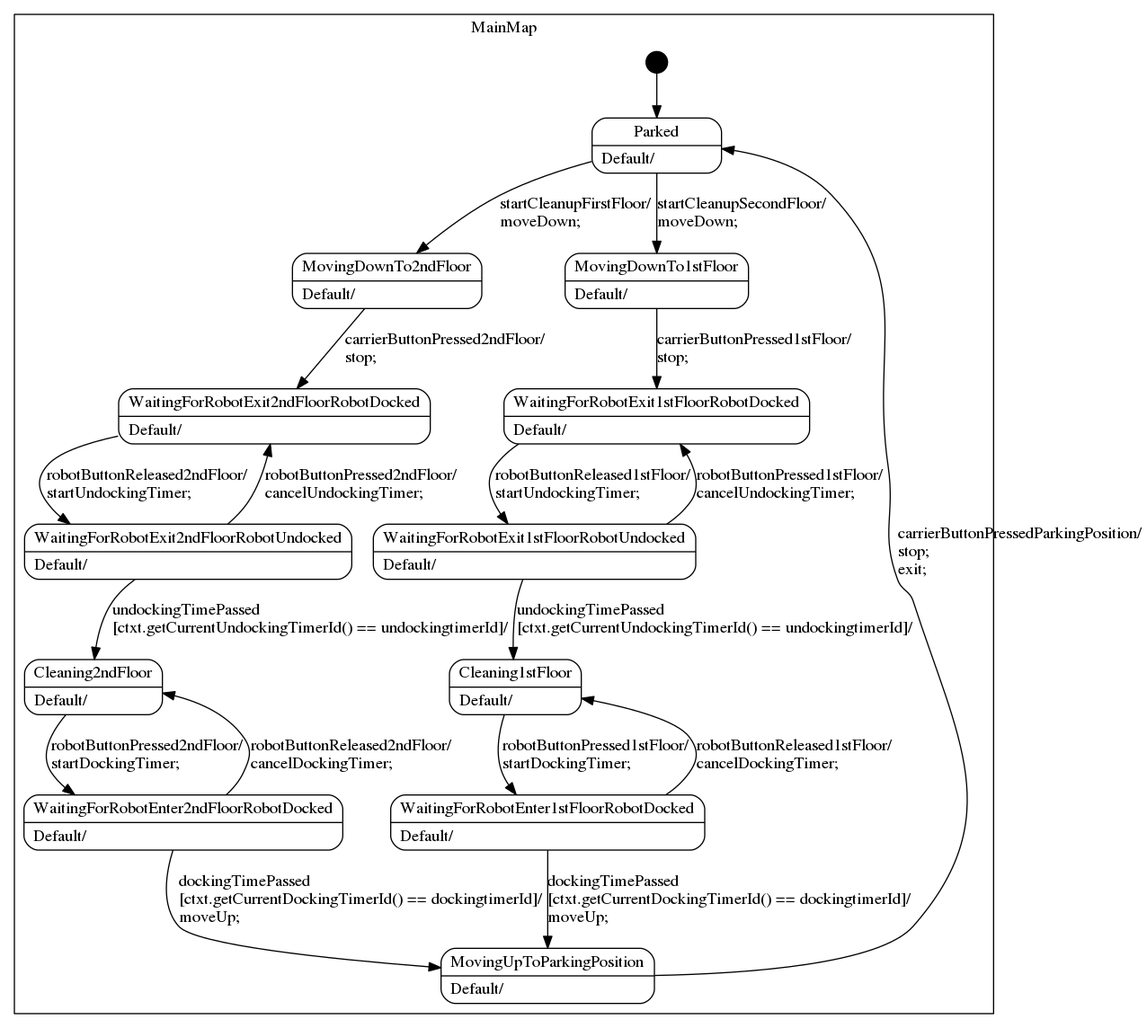
The Graphviz diagram src/statemachine/RobotelevatorStatemachine_sm.png in KarlKulator/Robotelevator, before a commit. Its source is kept beside it as src/statemachine/RobotelevatorStatemachine_sm.dot.
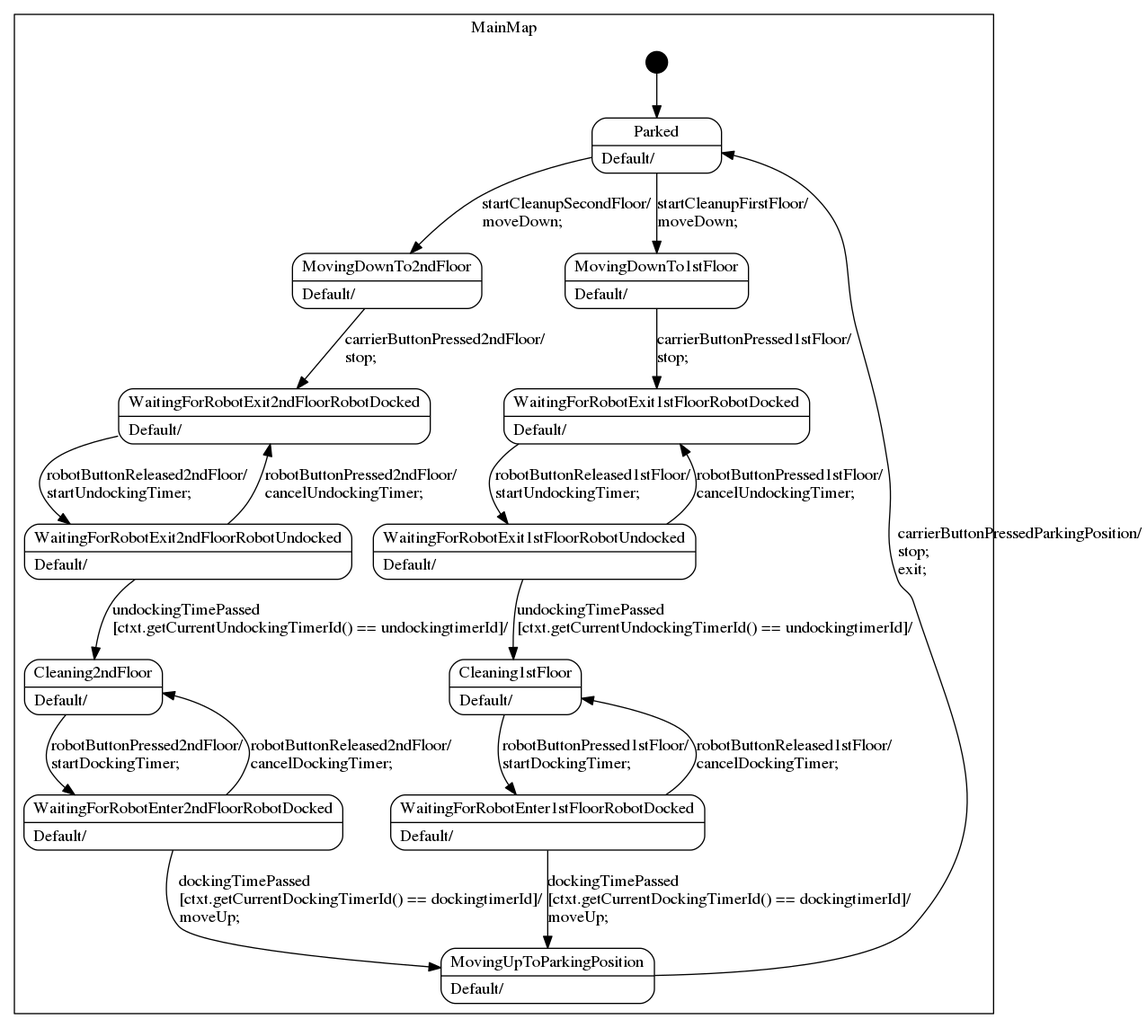
Later version of the same file.

Commit message:
generated corrected statemachine

The edit, as a diff of the source:
```diff
@@ -51,10 +51,10 @@
 
 
     "MainMap::Parked" -> "MainMap::MovingDownTo2ndFloor"
-        [label="startCleanupFirstFloor/\lmoveDown;\l"];
+        [label="startCleanupSecondFloor/\lmoveDown;\l"];
 
     "MainMap::Parked" -> "MainMap::MovingDownTo1stFloor"
-        [label="startCleanupSecondFloor/\lmoveDown;\l"];
+        [label="startCleanupFirstFloor/\lmoveDown;\l"];
 
     "MainMap::MovingDownTo2ndFloor" -> "MainMap::WaitingForRobotExit2ndFloorRobotDocked"
         [label="carrierButtonPressed2ndFloor/\lstop;\l"];
```
